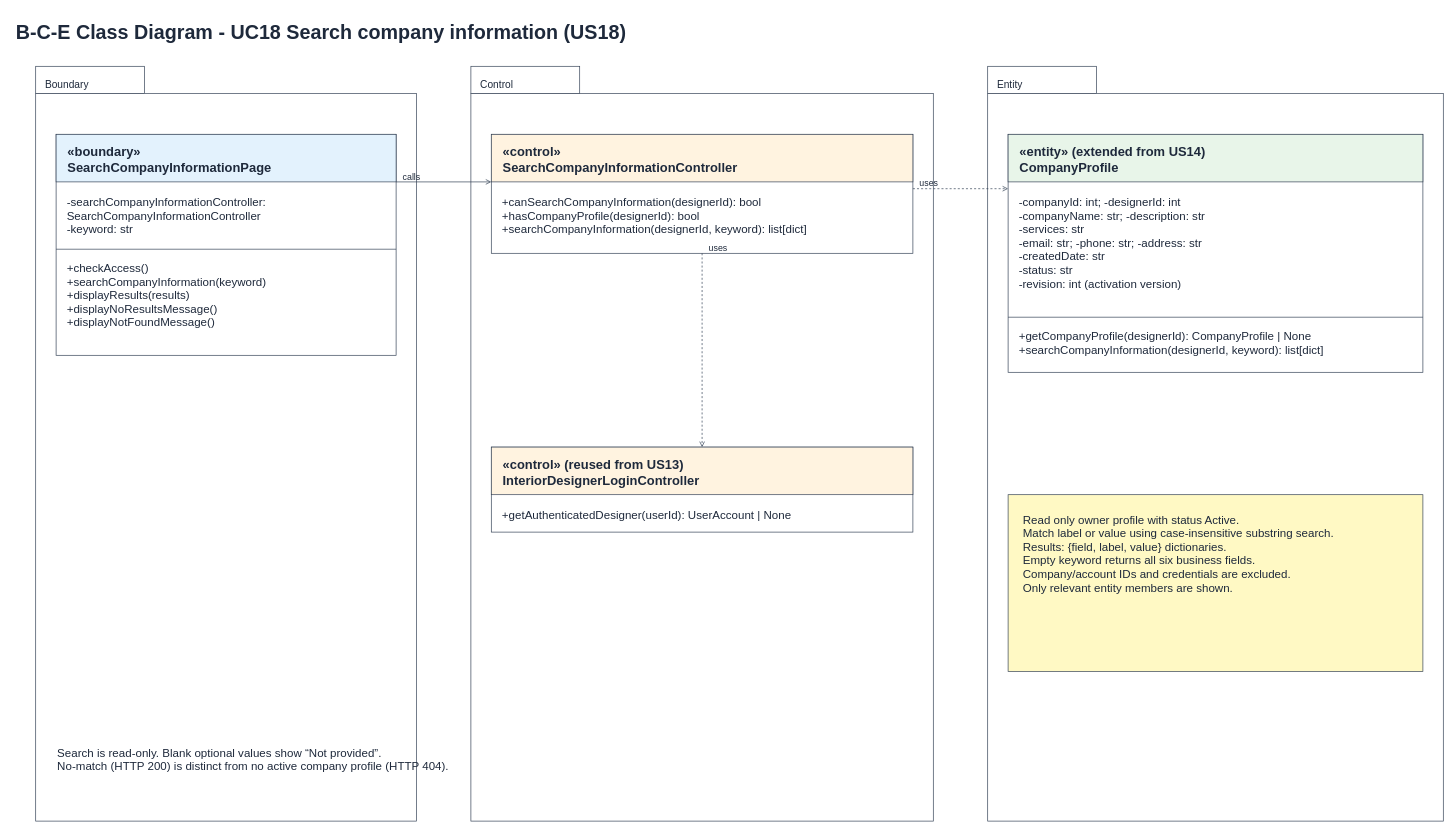
This is page "5 BCE Class Diagram" (7 of 8) of Sprint_2/US18 - Search Company Information/US18 Search company information.drawio from Hanzxc/CSIT314-ARCHSS, a draw.io file, before an edit. Source tidied: cells renumbered, new cells numbered last; positions are measured from the earlier drawing's top-left corner, leaving out a move shared by most shapes. Both pictures are drawn from the tidied source at 68%, with x=0, y=0 at pixel (14, 15).
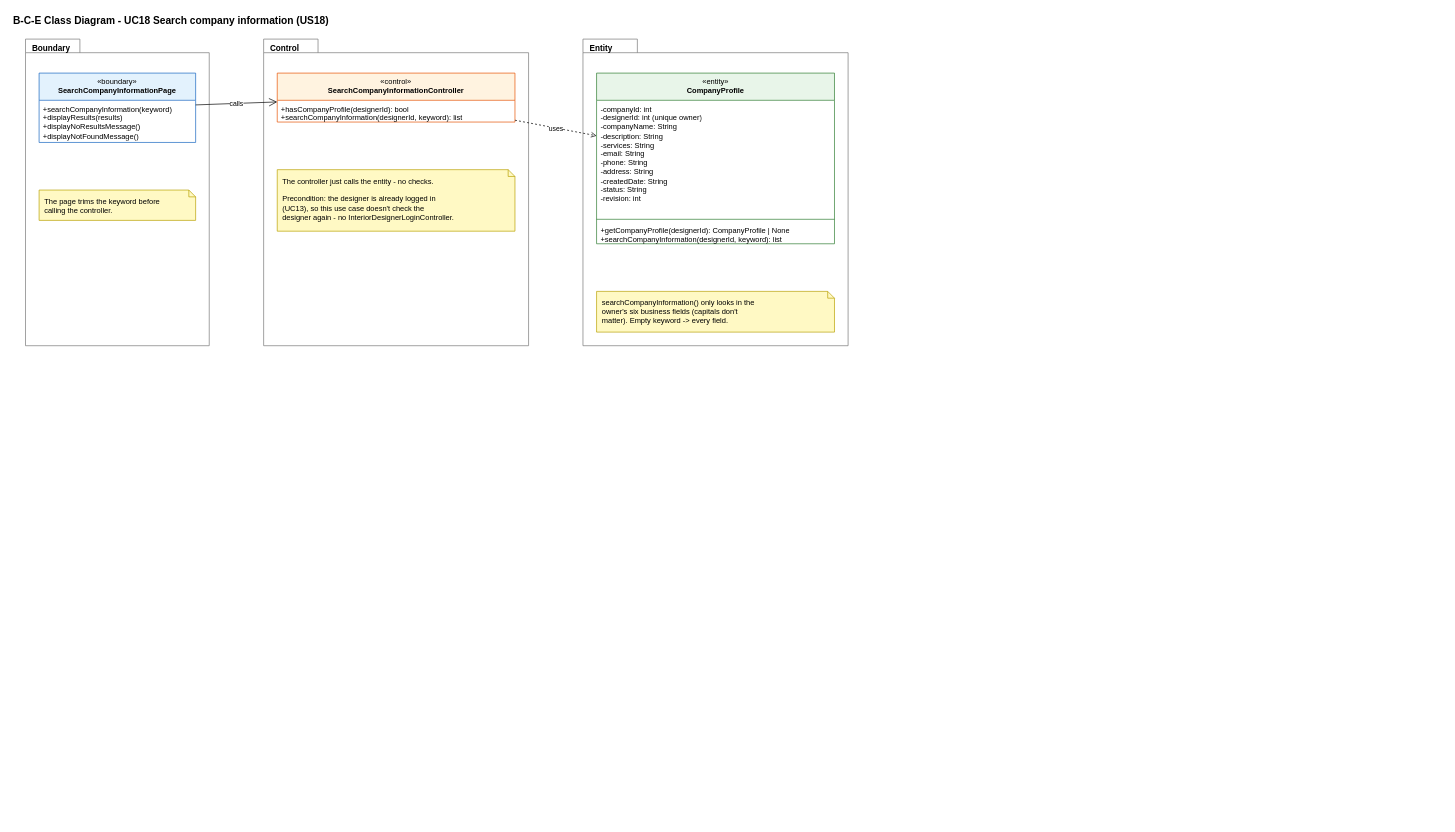
Above is the later version.

Change to the diagram source:
```diff
@@
-<mxGraphModel>
+<mxGraphModel background="#FFFFFF">
@@
-    <mxCell id="2" value="B-C-E Class Diagram - UC18 Search company information (US18)" style="text;html=0;align=left;verticalAlign=top;fontSize=29;fontStyle=1;fontColor=#1e293b;" parent="1" vertex="1">
-      <mxGeometry width="900" height="36" as="geometry" />
+    <mxCell id="2" value="&lt;b&gt;B-C-E Class Diagram - UC18 Search company information (US18)&lt;/b&gt;" style="text;html=1;strokeColor=none;fillColor=none;align=left;verticalAlign=middle;whiteSpace=nowrap;fontSize=15;fontColor=#000000;" parent="1" vertex="1">
+      <mxGeometry x="-4" y="-5" width="568.1" height="24" as="geometry" />
     </mxCell>
-    <mxCell id="3" style="rounded=0;whiteSpace=wrap;fillColor=#ffffff;strokeColor=#334155;" parent="1" vertex="1">
-      <mxGeometry x="31" y="115" width="560" height="1070" as="geometry" />
-    </mxCell>
-    <mxCell id="4" style="rounded=0;whiteSpace=wrap;fillColor=#ffffff;strokeColor=#334155;" parent="1" vertex="1">
-      <mxGeometry x="31" y="75" width="160" height="40" as="geometry" />
-    </mxCell>
-    <mxCell id="5" value="Boundary" style="text;html=0;align=left;verticalAlign=top;fontSize=15;fontStyle=0;fontColor=#1e293b;" parent="1" vertex="1">
-      <mxGeometry x="43" y="87" width="136" height="22" as="geometry" />
+    <mxCell id="5" value="&lt;b&gt;Boundary&lt;/b&gt;" style="shape=folder;tabWidth=80;tabHeight=20;tabPosition=left;html=1;verticalAlign=top;align=left;spacingLeft=8;spacingTop=0;fillColor=none;fontSize=12;strokeColor=#777777;fontColor=#000000;" parent="1" vertex="1">
+      <mxGeometry x="16" y="35" width="270.2" height="450.9" as="geometry" />
     </mxCell>
-    <mxCell id="6" style="rounded=0;whiteSpace=wrap;fillColor=#ffffff;strokeColor=#334155;" parent="1" vertex="1">
-      <mxGeometry x="671" y="115" width="680" height="1070" as="geometry" />
-    </mxCell>
-    <mxCell id="7" style="rounded=0;whiteSpace=wrap;fillColor=#ffffff;strokeColor=#334155;" parent="1" vertex="1">
-      <mxGeometry x="671" y="75" width="160" height="40" as="geometry" />
-    </mxCell>
+    <mxCell id="14" value="«boundary»&lt;br&gt;&lt;b&gt;SearchCompanyInformationPage&lt;/b&gt;" style="swimlane;fontStyle=0;align=center;verticalAlign=top;horizontal=1;startSize=40;html=1;whiteSpace=wrap;fontSize=11;fillColor=#E3F2FD;strokeColor=#1565C0;swimlaneFillColor=#FFFFFF;fontColor=#000000;" parent="1" vertex="1">
+      <mxGeometry x="36" y="85" width="230.2" height="102" as="geometry" />
+    </mxCell>
+    <mxCell id="41" value="+searchCompanyInformation(keyword)&lt;br&gt;+displayResults(results)&lt;br&gt;+displayNoResultsMessage()&lt;br&gt;+displayNotFoundMessage()" style="text;strokeColor=none;fillColor=none;align=left;verticalAlign=top;spacingLeft=4;spacingRight=4;overflow=hidden;whiteSpace=nowrap;html=1;fontSize=11;fontColor=#000000;" parent="14" vertex="1">
+      <mxGeometry y="40" width="230.2" height="62" as="geometry" />
+    </mxCell>
+    <mxCell id="42" value="The page trims the keyword before&lt;br&gt;calling the controller." style="shape=note;whiteSpace=wrap;html=1;size=10;fillColor=#FFF9C4;strokeColor=#B8A100;align=left;verticalAlign=top;spacingLeft=6;spacingRight=4;spacingTop=4;fontSize=11;fontColor=#000000;" parent="1" vertex="1">
+      <mxGeometry x="36" y="257" width="230.2" height="44.6" as="geometry" />
+    </mxCell>
-    <mxCell id="8" value="Control" style="text;html=0;align=left;verticalAlign=top;fontSize=15;fontStyle=0;fontColor=#1e293b;" parent="1" vertex="1">
-      <mxGeometry x="683" y="87" width="136" height="22" as="geometry" />
+    <mxCell id="8" value="&lt;b&gt;Control&lt;/b&gt;" style="shape=folder;tabWidth=80;tabHeight=20;tabPosition=left;html=1;verticalAlign=top;align=left;spacingLeft=8;spacingTop=0;fillColor=none;fontSize=12;strokeColor=#777777;fontColor=#000000;" parent="1" vertex="1">
+      <mxGeometry x="366.2" y="35" width="389.6" height="450.9" as="geometry" />
     </mxCell>
-    <mxCell id="9" style="rounded=0;whiteSpace=wrap;fillColor=#ffffff;strokeColor=#334155;" parent="1" vertex="1">
-      <mxGeometry x="1431" y="115" width="670" height="1070" as="geometry" />
-    </mxCell>
-    <mxCell id="10" style="rounded=0;whiteSpace=wrap;fillColor=#ffffff;strokeColor=#334155;" parent="1" vertex="1">
-      <mxGeometry x="1431" y="75" width="160" height="40" as="geometry" />
-    </mxCell>
+    <mxCell id="20" value="«control»&lt;br&gt;&lt;b&gt;SearchCompanyInformationController&lt;/b&gt;" style="swimlane;fontStyle=0;align=center;verticalAlign=top;horizontal=1;startSize=40;html=1;whiteSpace=wrap;fontSize=11;fillColor=#FFF3E0;strokeColor=#E65100;swimlaneFillColor=#FFFFFF;fontColor=#000000;" parent="1" vertex="1">
+      <mxGeometry x="386.2" y="85" width="349.6" height="72" as="geometry" />
+    </mxCell>
+    <mxCell id="43" value="+hasCompanyProfile(designerId): bool&lt;br&gt;+searchCompanyInformation(designerId, keyword): list" style="text;strokeColor=none;fillColor=none;align=left;verticalAlign=top;spacingLeft=4;spacingRight=4;overflow=hidden;whiteSpace=nowrap;html=1;fontSize=11;fontColor=#000000;" parent="20" vertex="1">
+      <mxGeometry y="40" width="349.6" height="32" as="geometry" />
+    </mxCell>
+    <mxCell id="44" value="The controller just calls the entity - no checks.&lt;br&gt;&lt;br&gt;Precondition: the designer is already logged in&lt;br&gt;(UC13), so this use case doesn't check the&lt;br&gt;designer again - no InteriorDesignerLoginController." style="shape=note;whiteSpace=wrap;html=1;size=10;fillColor=#FFF9C4;strokeColor=#B8A100;align=left;verticalAlign=top;spacingLeft=6;spacingRight=4;spacingTop=4;fontSize=11;fontColor=#000000;" parent="1" vertex="1">
+      <mxGeometry x="386.2" y="227" width="349.6" height="90.5" as="geometry" />
+    </mxCell>
-    <mxCell id="11" value="Entity" style="text;html=0;align=left;verticalAlign=top;fontSize=15;fontStyle=0;fontColor=#1e293b;" parent="1" vertex="1">
-      <mxGeometry x="1443" y="87" width="136" height="22" as="geometry" />
+    <mxCell id="11" value="&lt;b&gt;Entity&lt;/b&gt;" style="shape=folder;tabWidth=80;tabHeight=20;tabPosition=left;html=1;verticalAlign=top;align=left;spacingLeft=8;spacingTop=0;fillColor=none;fontSize=12;strokeColor=#777777;fontColor=#000000;" parent="1" vertex="1">
+      <mxGeometry x="835.8" y="35" width="389.9" height="450.9" as="geometry" />
     </mxCell>
-    <mxCell id="12" style="rounded=0;whiteSpace=wrap;fillColor=#ffffff;strokeColor=#334155;" parent="1" vertex="1">
-      <mxGeometry x="61" y="175" width="500" height="325" as="geometry" />
-    </mxCell>
-    <mxCell id="13" style="rounded=0;whiteSpace=wrap;fillColor=#e3f2fd;strokeColor=#334155;" parent="1" vertex="1">
-      <mxGeometry x="61" y="175" width="500" height="70" as="geometry" />
-    </mxCell>
-    <mxCell id="14" value="«boundary»&#10;SearchCompanyInformationPage" style="text;html=0;align=left;verticalAlign=top;fontSize=19;fontStyle=1;fontColor=#1e293b;" parent="1" vertex="1">
-      <mxGeometry x="76" y="183" width="470" height="52" as="geometry" />
-    </mxCell>
-    <mxCell id="15" value="-searchCompanyInformationController:&#10; SearchCompanyInformationController&#10;-keyword: str" style="text;html=0;align=left;verticalAlign=top;fontSize=17;fontStyle=0;fontColor=#1e293b;" parent="1" vertex="1">
-      <mxGeometry x="75" y="258" width="472" height="72" as="geometry" />
-    </mxCell>
-    <mxCell id="16" style="endArrow=none;html=0;dashed=0;strokeColor=#334155;" parent="1" edge="1">
-      <mxGeometry relative="1" as="geometry">
-        <mxPoint x="61" y="344" as="sourcePoint" />
-        <mxPoint x="561" y="344" as="targetPoint" />
-      </mxGeometry>
-    </mxCell>
-    <mxCell id="17" value="+checkAccess()&#10;+searchCompanyInformation(keyword)&#10;+displayResults(results)&#10;+displayNoResultsMessage()&#10;+displayNotFoundMessage()" style="text;html=0;align=left;verticalAlign=top;fontSize=17;fontStyle=0;fontColor=#1e293b;" parent="1" vertex="1">
-      <mxGeometry x="75" y="355" width="472" height="120" as="geometry" />
-    </mxCell>
-    <mxCell id="18" style="rounded=0;whiteSpace=wrap;fillColor=#ffffff;strokeColor=#334155;" parent="1" vertex="1">
-      <mxGeometry x="701" y="175" width="620" height="175" as="geometry" />
-    </mxCell>
-    <mxCell id="19" style="rounded=0;whiteSpace=wrap;fillColor=#fff3e0;strokeColor=#334155;" parent="1" vertex="1">
-      <mxGeometry x="701" y="175" width="620" height="70" as="geometry" />
-    </mxCell>
-    <mxCell id="20" value="«control»&#10;SearchCompanyInformationController" style="text;html=0;align=left;verticalAlign=top;fontSize=19;fontStyle=1;fontColor=#1e293b;" parent="1" vertex="1">
-      <mxGeometry x="716" y="183" width="590" height="52" as="geometry" />
-    </mxCell>
-    <mxCell id="21" value="+canSearchCompanyInformation(designerId): bool&#10;+hasCompanyProfile(designerId): bool&#10;+searchCompanyInformation(designerId, keyword): list[dict]" style="text;html=0;align=left;verticalAlign=top;fontSize=17;fontStyle=0;fontColor=#1e293b;" parent="1" vertex="1">
-      <mxGeometry x="715" y="258" width="592" height="72" as="geometry" />
-    </mxCell>
-    <mxCell id="22" style="rounded=0;whiteSpace=wrap;fillColor=#ffffff;strokeColor=#334155;" parent="1" vertex="1">
-      <mxGeometry x="701" y="635" width="620" height="125" as="geometry" />
-    </mxCell>
-    <mxCell id="23" style="rounded=0;whiteSpace=wrap;fillColor=#fff3e0;strokeColor=#334155;" parent="1" vertex="1">
-      <mxGeometry x="701" y="635" width="620" height="70" as="geometry" />
-    </mxCell>
-    <mxCell id="24" value="«control» (reused from US13)&#10;InteriorDesignerLoginController" style="text;html=0;align=left;verticalAlign=top;fontSize=19;fontStyle=1;fontColor=#1e293b;" parent="1" vertex="1">
-      <mxGeometry x="716" y="643" width="590" height="52" as="geometry" />
-    </mxCell>
-    <mxCell id="25" value="+getAuthenticatedDesigner(userId): UserAccount | None" style="text;html=0;align=left;verticalAlign=top;fontSize=17;fontStyle=0;fontColor=#1e293b;" parent="1" vertex="1">
-      <mxGeometry x="715" y="718" width="592" height="24" as="geometry" />
-    </mxCell>
-    <mxCell id="26" style="rounded=0;whiteSpace=wrap;fillColor=#ffffff;strokeColor=#334155;" parent="1" vertex="1">
-      <mxGeometry x="1461" y="175" width="610" height="350" as="geometry" />
-    </mxCell>
-    <mxCell id="27" style="rounded=0;whiteSpace=wrap;fillColor=#e8f5e9;strokeColor=#334155;" parent="1" vertex="1">
-      <mxGeometry x="1461" y="175" width="610" height="70" as="geometry" />
-    </mxCell>
-    <mxCell id="28" value="«entity» (extended from US14)&#10;CompanyProfile" style="text;html=0;align=left;verticalAlign=top;fontSize=19;fontStyle=1;fontColor=#1e293b;" parent="1" vertex="1">
-      <mxGeometry x="1476" y="183" width="580" height="52" as="geometry" />
-    </mxCell>
-    <mxCell id="29" value="-companyId: int; -designerId: int&#10;-companyName: str; -description: str&#10;-services: str&#10;-email: str; -phone: str; -address: str&#10;-createdDate: str&#10;-status: str&#10;-revision: int (activation version)" style="text;html=0;align=left;verticalAlign=top;fontSize=17;fontStyle=0;fontColor=#1e293b;" parent="1" vertex="1">
-      <mxGeometry x="1475" y="258" width="582" height="168" as="geometry" />
-    </mxCell>
-    <mxCell id="30" style="endArrow=none;html=0;dashed=0;strokeColor=#334155;" parent="1" edge="1">
-      <mxGeometry relative="1" as="geometry">
-        <mxPoint x="1461" y="444" as="sourcePoint" />
-        <mxPoint x="2071" y="444" as="targetPoint" />
-      </mxGeometry>
-    </mxCell>
-    <mxCell id="31" value="+getCompanyProfile(designerId): CompanyProfile | None&#10;+searchCompanyInformation(designerId, keyword): list[dict]" style="text;html=0;align=left;verticalAlign=top;fontSize=17;fontStyle=0;fontColor=#1e293b;" parent="1" vertex="1">
-      <mxGeometry x="1475" y="455" width="582" height="48" as="geometry" />
-    </mxCell>
-    <mxCell id="32" style="endArrow=open;html=0;dashed=0;strokeColor=#334155;" parent="1" edge="1">
-      <mxGeometry relative="1" as="geometry">
-        <mxPoint x="561" y="245" as="sourcePoint" />
-        <mxPoint x="701" y="245" as="targetPoint" />
-      </mxGeometry>
-    </mxCell>
+    <mxCell id="45" value="«entity»&lt;br&gt;&lt;b&gt;CompanyProfile&lt;/b&gt;" style="swimlane;fontStyle=0;align=center;verticalAlign=top;horizontal=1;startSize=40;html=1;whiteSpace=wrap;fontSize=11;fillColor=#E8F5E9;strokeColor=#2E7D32;swimlaneFillColor=#FFFFFF;fontColor=#000000;" parent="1" vertex="1">
+      <mxGeometry x="855.8" y="85" width="349.9" height="251" as="geometry" />
+    </mxCell>
+    <mxCell id="46" value="-companyId: int&lt;br&gt;-designerId: int (unique owner)&lt;br&gt;-companyName: String&lt;br&gt;-description: String&lt;br&gt;-services: String&lt;br&gt;-email: String&lt;br&gt;-phone: String&lt;br&gt;-address: String&lt;br&gt;-createdDate: String&lt;br&gt;-status: String&lt;br&gt;-revision: int" style="text;strokeColor=none;fillColor=none;align=left;verticalAlign=top;spacingLeft=4;spacingRight=4;overflow=hidden;whiteSpace=nowrap;html=1;fontSize=11;fontColor=#000000;" parent="45" vertex="1">
+      <mxGeometry y="40" width="349.9" height="171" as="geometry" />
+    </mxCell>
+    <mxCell id="47" style="line;strokeWidth=1;fillColor=none;align=left;verticalAlign=middle;spacingTop=-1;spacingLeft=3;spacingRight=3;labelPosition=right;strokeColor=#2E7D32;fontColor=#000000;" parent="45" vertex="1">
+      <mxGeometry y="211" width="349.9" height="8" as="geometry" />
+    </mxCell>
+    <mxCell id="48" value="+getCompanyProfile(designerId): CompanyProfile | None&lt;br&gt;+searchCompanyInformation(designerId, keyword): list" style="text;strokeColor=none;fillColor=none;align=left;verticalAlign=top;spacingLeft=4;spacingRight=4;overflow=hidden;whiteSpace=nowrap;html=1;fontSize=11;fontColor=#000000;" parent="45" vertex="1">
+      <mxGeometry y="219" width="349.9" height="32" as="geometry" />
+    </mxCell>
+    <mxCell id="49" value="searchCompanyInformation() only looks in the&lt;br&gt;owner's six business fields (capitals don't&lt;br&gt;matter). Empty keyword -&gt; every field." style="shape=note;whiteSpace=wrap;html=1;size=10;fillColor=#FFF9C4;strokeColor=#B8A100;align=left;verticalAlign=top;spacingLeft=6;spacingRight=4;spacingTop=4;fontSize=11;fontColor=#000000;" parent="1" vertex="1">
+      <mxGeometry x="855.8" y="406" width="349.9" height="59.9" as="geometry" />
+    </mxCell>
-    <mxCell id="33" value="calls" style="text;html=0;align=left;verticalAlign=top;fontSize=13;fontStyle=0;fontColor=#1e293b;" parent="1" vertex="1">
-      <mxGeometry x="569" y="223" width="240" height="20" as="geometry" />
+    <mxCell id="33" value="calls" style="endArrow=open;endFill=0;endSize=10;html=1;rounded=0;fontSize=10;fontColor=#000000;strokeColor=#000000;labelBackgroundColor=#FFFFFF;" parent="1" edge="1" source="14" target="20">
+      <mxGeometry relative="1" as="geometry" />
     </mxCell>
-    <mxCell id="34" style="endArrow=open;html=0;dashed=1;strokeColor=#334155;" parent="1" edge="1">
-      <mxGeometry relative="1" as="geometry">
-        <mxPoint x="1321" y="255" as="sourcePoint" />
-        <mxPoint x="1461" y="255" as="targetPoint" />
-      </mxGeometry>
-    </mxCell>
-    <mxCell id="35" value="uses" style="text;html=0;align=left;verticalAlign=top;fontSize=13;fontStyle=0;fontColor=#1e293b;" parent="1" vertex="1">
-      <mxGeometry x="1329" y="233" width="240" height="20" as="geometry" />
-    </mxCell>
-    <mxCell id="36" style="endArrow=open;html=0;dashed=1;strokeColor=#334155;" parent="1" edge="1">
-      <mxGeometry relative="1" as="geometry">
-        <mxPoint x="1011" y="350" as="sourcePoint" />
-        <mxPoint x="1011" y="635" as="targetPoint" />
-      </mxGeometry>
-    </mxCell>
-    <mxCell id="37" value="uses" style="text;html=0;align=left;verticalAlign=top;fontSize=13;fontStyle=0;fontColor=#1e293b;" parent="1" vertex="1">
-      <mxGeometry x="1019" y="328" width="100" height="20" as="geometry" />
-    </mxCell>
-    <mxCell id="38" style="rounded=0;whiteSpace=wrap;fillColor=#fff9c4;strokeColor=#334155;" parent="1" vertex="1">
-      <mxGeometry x="1461" y="705" width="610" height="260" as="geometry" />
-    </mxCell>
-    <mxCell id="39" value="Read only owner profile with status Active.&#10;Match label or value using case-insensitive substring search.&#10;Results: {field, label, value} dictionaries.&#10;Empty keyword returns all six business fields.&#10;Company/account IDs and credentials are excluded.&#10;Only relevant entity members are shown." style="text;html=0;align=left;verticalAlign=top;fontSize=17;fontStyle=0;fontColor=#1e293b;" parent="1" vertex="1">
-      <mxGeometry x="1481" y="725" width="570" height="144" as="geometry" />
-    </mxCell>
-    <mxCell id="40" value="Search is read-only. Blank optional values show “Not provided”.&#10;No-match (HTTP 200) is distinct from no active company profile (HTTP 404)." style="text;html=0;align=left;verticalAlign=top;fontSize=17;fontStyle=0;fontColor=#1e293b;" parent="1" vertex="1">
-      <mxGeometry x="61" y="1068" width="700" height="48" as="geometry" />
-    </mxCell>
+    <mxCell id="50" value="uses" style="endArrow=open;endFill=0;dashed=1;html=1;rounded=0;fontSize=10;fontColor=#000000;strokeColor=#000000;labelBackgroundColor=#FFFFFF;" parent="1" edge="1" source="20" target="45">
+      <mxGeometry relative="1" as="geometry" />
+    </mxCell>
```
